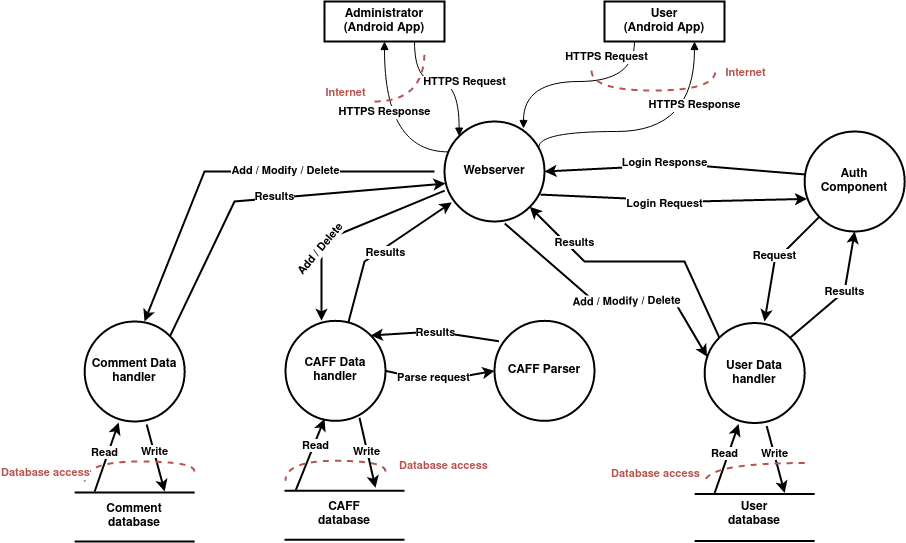
The draw.io diagram Documentation/Data-flow.png in nemkrisz11/Computer-Security-Homework-2021-SHAjt, before a commit. Source tidied: cells renumbered, new cells last; positions are measured from the earlier drawing's top-left corner, leaving out a move shared by most shapes.
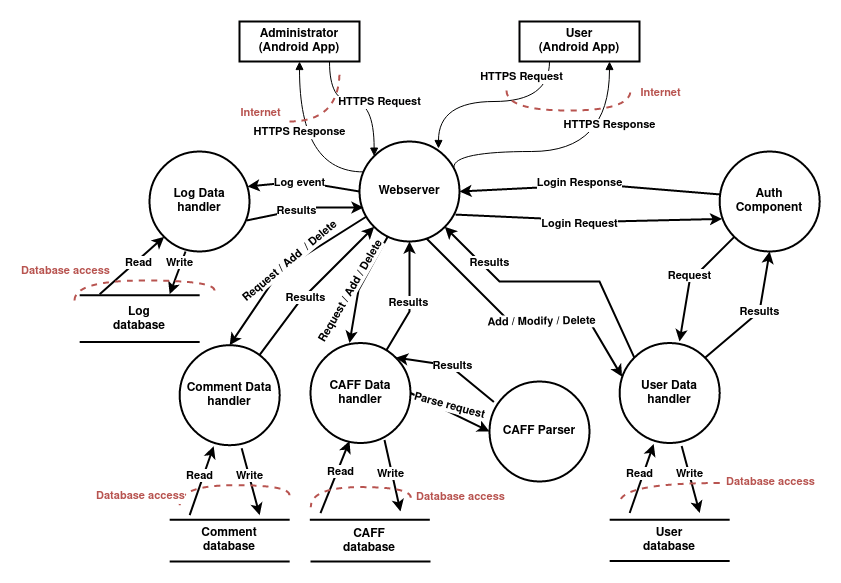
After the change.

Commit message:
Added logging to dataflow diagram

Diff of the diagram source:
```diff
@@ -64,10 +64,10 @@
       <mxGeometry x="630.2" y="321.5" width="100" height="100" as="geometry" />
     </mxCell>
     <mxCell id="15" value="&lt;b&gt;CAFF Data handler&lt;/b&gt;" style="ellipse;whiteSpace=wrap;html=1;strokeWidth=2;" parent="1" vertex="1">
-      <mxGeometry x="211" y="319.3" width="100" height="100" as="geometry" />
+      <mxGeometry x="321" y="321.5" width="100" height="100" as="geometry" />
     </mxCell>
     <mxCell id="16" value="&lt;b&gt;CAFF Parser&lt;br&gt;&lt;/b&gt;" style="ellipse;whiteSpace=wrap;html=1;strokeWidth=2;" parent="1" vertex="1">
-      <mxGeometry x="420" y="319.3" width="100" height="100" as="geometry" />
+      <mxGeometry x="500" y="360" width="100" height="100" as="geometry" />
     </mxCell>
     <mxCell id="17" style="endArrow=classic;html=1;rounded=0;strokeWidth=2;elbow=vertical;exitX=0.96;exitY=0.731;exitDx=0;exitDy=0;exitPerimeter=0;entryX=0.024;entryY=0.674;entryDx=0;entryDy=0;entryPerimeter=0;" parent="1" edge="1" source="2" target="9">
       <mxGeometry relative="1" as="geometry">
@@ -93,10 +93,10 @@
         <mxPoint x="16" y="-6" as="offset" />
       </mxGeometry>
     </mxCell>
-    <mxCell id="21" style="endArrow=classic;html=1;rounded=0;strokeWidth=2;elbow=vertical;entryX=0.073;entryY=0.809;entryDx=0;entryDy=0;entryPerimeter=0;" parent="1" edge="1" source="15" target="2">
+    <mxCell id="21" style="endArrow=classic;html=1;rounded=0;strokeWidth=2;elbow=vertical;entryX=0.5;entryY=1;entryDx=0;entryDy=0;" parent="1" edge="1" source="15" target="2">
       <mxGeometry relative="1" as="geometry">
         <Array as="points">
-          <mxPoint x="290" y="260" />
+          <mxPoint x="420" y="290" />
         </Array>
       </mxGeometry>
     </mxCell>
@@ -105,19 +105,20 @@
         <mxPoint x="-1" y="6" as="offset" />
       </mxGeometry>
     </mxCell>
-    <mxCell id="23" style="endArrow=classic;html=1;rounded=0;strokeWidth=2;elbow=vertical;exitX=0.002;exitY=0.691;exitDx=0;exitDy=0;exitPerimeter=0;entryX=0.36;entryY=0;entryDx=0;entryDy=0;entryPerimeter=0;" parent="1" edge="1" source="2" target="15">
+    <mxCell id="23" style="endArrow=classic;html=1;rounded=0;strokeWidth=2;elbow=vertical;exitX=0.3;exitY=0.97;exitDx=0;exitDy=0;exitPerimeter=0;entryX=0.39;entryY=0;entryDx=0;entryDy=0;entryPerimeter=0;" parent="1" edge="1" target="15">
       <mxGeometry relative="1" as="geometry">
+        <mxPoint x="398" y="215.5" as="sourcePoint" />
         <Array as="points">
-          <mxPoint x="247" y="240" />
+          <mxPoint x="369" y="268.5" />
         </Array>
       </mxGeometry>
     </mxCell>
-    <mxCell id="24" value="&lt;b&gt;Add / Delete&lt;br&gt;&lt;/b&gt;" style="edgeLabel;html=1;align=center;verticalAlign=middle;fontColor=#000000;rotation=-50;" parent="23" vertex="1">
+    <mxCell id="24" value="&lt;b&gt;Request / Add / Delete&lt;br&gt;&lt;/b&gt;" style="edgeLabel;html=1;align=center;verticalAlign=middle;fontColor=#000000;rotation=-60;" parent="23" vertex="1">
       <mxGeometry x="-0.19" y="1" relative="1" as="geometry">
-        <mxPoint x="-45" y="25" as="offset" />
+        <mxPoint x="-16" y="13" as="offset" />
       </mxGeometry>
     </mxCell>
-    <mxCell id="25" style="endArrow=classic;html=1;rounded=0;strokeWidth=2;elbow=vertical;exitX=0.602;exitY=1.021;exitDx=0;exitDy=0;exitPerimeter=0;entryX=0.024;entryY=0.337;entryDx=0;entryDy=0;entryPerimeter=0;" parent="1" edge="1" source="2" target="14">
+    <mxCell id="25" style="endArrow=classic;html=1;rounded=0;strokeWidth=2;elbow=vertical;entryX=0.024;entryY=0.337;entryDx=0;entryDy=0;entryPerimeter=0;exitX=0.67;exitY=0.97;exitDx=0;exitDy=0;exitPerimeter=0;" parent="1" edge="1" source="2" target="14">
       <mxGeometry relative="1" as="geometry">
         <Array as="points">
           <mxPoint x="520" y="300" />
@@ -145,8 +146,8 @@
     </mxCell>
     <mxCell id="29" style="endArrow=none;html=1;rounded=0;strokeWidth=2;elbow=vertical;" parent="1" edge="1">
       <mxGeometry relative="1" as="geometry">
-        <mxPoint x="620.2" y="492.5" as="sourcePoint" />
-        <mxPoint x="740.2" y="492.5" as="targetPoint" />
+        <mxPoint x="620.2" y="498.3" as="sourcePoint" />
+        <mxPoint x="740.2" y="498.3" as="targetPoint" />
       </mxGeometry>
     </mxCell>
     <mxCell id="30" style="endArrow=none;html=1;rounded=0;strokeWidth=2;elbow=vertical;" parent="1" edge="1">
@@ -156,22 +157,22 @@
       </mxGeometry>
     </mxCell>
     <mxCell id="31" value="&lt;b&gt;User database&lt;/b&gt;" style="text;html=1;strokeColor=none;fillColor=none;align=center;verticalAlign=middle;whiteSpace=wrap;rounded=0;" parent="1" vertex="1">
-      <mxGeometry x="650" y="498.3" width="60" height="30" as="geometry" />
+      <mxGeometry x="650.2" y="503.7" width="60" height="30" as="geometry" />
     </mxCell>
     <mxCell id="32" style="endArrow=none;html=1;rounded=0;strokeWidth=2;elbow=vertical;" parent="1" edge="1">
       <mxGeometry relative="1" as="geometry">
-        <mxPoint x="210" y="489.3" as="sourcePoint" />
-        <mxPoint x="330" y="489.3" as="targetPoint" />
+        <mxPoint x="320.3" y="498.3" as="sourcePoint" />
+        <mxPoint x="440.3" y="498.3" as="targetPoint" />
       </mxGeometry>
     </mxCell>
     <mxCell id="33" style="endArrow=none;html=1;rounded=0;strokeWidth=2;elbow=vertical;" parent="1" edge="1">
       <mxGeometry relative="1" as="geometry">
-        <mxPoint x="210" y="538.3" as="sourcePoint" />
-        <mxPoint x="330" y="538.3" as="targetPoint" />
+        <mxPoint x="321" y="540" as="sourcePoint" />
+        <mxPoint x="441" y="540" as="targetPoint" />
       </mxGeometry>
     </mxCell>
     <mxCell id="34" value="&lt;b&gt;CAFF database&lt;/b&gt;" style="text;html=1;strokeColor=none;fillColor=none;align=center;verticalAlign=middle;whiteSpace=wrap;rounded=0;" parent="1" vertex="1">
-      <mxGeometry x="240" y="498.3" width="60" height="30" as="geometry" />
+      <mxGeometry x="350.3" y="504.6" width="60" height="30" as="geometry" />
     </mxCell>
     <mxCell id="35" style="endArrow=classic;html=1;rounded=0;strokeWidth=2;elbow=vertical;entryX=0.34;entryY=1.01;entryDx=0;entryDy=0;entryPerimeter=0;" parent="1" edge="1" target="14">
       <mxGeometry relative="1" as="geometry">
@@ -195,17 +196,17 @@
     </mxCell>
     <mxCell id="39" style="endArrow=classic;html=1;rounded=0;strokeWidth=2;elbow=vertical;entryX=0.39;entryY=0.98;entryDx=0;entryDy=0;entryPerimeter=0;" parent="1" edge="1" target="15">
       <mxGeometry relative="1" as="geometry">
-        <mxPoint x="221" y="489.3" as="sourcePoint" />
+        <mxPoint x="331" y="491.5" as="sourcePoint" />
       </mxGeometry>
     </mxCell>
     <mxCell id="40" value="&lt;div&gt;&lt;b&gt;Read&lt;/b&gt;&lt;/div&gt;" style="edgeLabel;html=1;align=center;verticalAlign=middle;" parent="39" vertex="1">
       <mxGeometry x="0.24" y="3" relative="1" as="geometry">
-        <mxPoint x="4" as="offset" />
+        <mxPoint x="4" y="4" as="offset" />
       </mxGeometry>
     </mxCell>
     <mxCell id="41" value="&lt;b&gt;Write&lt;/b&gt;" style="endArrow=classic;html=1;rounded=0;strokeWidth=2;elbow=vertical;exitX=0.74;exitY=0.97;exitDx=0;exitDy=0;exitPerimeter=0;" parent="1" edge="1" source="15">
       <mxGeometry x="-0.07" y="-2" relative="1" as="geometry">
-        <mxPoint x="301" y="486.3" as="targetPoint" />
+        <mxPoint x="411" y="490" as="targetPoint" />
         <mxPoint x="1" as="offset" />
       </mxGeometry>
     </mxCell>
@@ -220,44 +221,44 @@
     </mxCell>
     <mxCell id="43" value="&lt;b&gt;Database access&lt;br&gt;&lt;/b&gt;" style="edgeLabel;html=1;align=center;verticalAlign=middle;fontColor=#B85450;" parent="42" vertex="1">
       <mxGeometry x="0.02" y="3" relative="1" as="geometry">
-        <mxPoint x="-89" y="7" as="offset" />
+        <mxPoint x="111" y="-5" as="offset" />
       </mxGeometry>
     </mxCell>
     <mxCell id="44" style="endArrow=none;dashed=1;html=1;strokeWidth=2;rounded=0;edgeStyle=orthogonalEdgeStyle;curved=1;elbow=vertical;fillColor=#f8cecc;strokeColor=#b85450;" parent="1" edge="1">
       <mxGeometry relative="1" as="geometry">
-        <mxPoint x="311" y="470" as="sourcePoint" />
-        <mxPoint x="211" y="479.3" as="targetPoint" />
+        <mxPoint x="421.3" y="476.3" as="sourcePoint" />
+        <mxPoint x="321.3" y="485.6" as="targetPoint" />
         <Array as="points">
-          <mxPoint x="211" y="459.3" />
+          <mxPoint x="321.3" y="465.6" />
         </Array>
       </mxGeometry>
     </mxCell>
     <mxCell id="45" value="&lt;b&gt;Database access&lt;br&gt;&lt;/b&gt;" style="edgeLabel;html=1;align=center;verticalAlign=middle;fontColor=#B85450;" parent="44" vertex="1">
       <mxGeometry x="-0.47" y="4" relative="1" as="geometry">
-        <mxPoint x="82" as="offset" />
+        <mxPoint x="73" y="5" as="offset" />
       </mxGeometry>
     </mxCell>
     <mxCell id="46" value="&lt;b&gt;Comment Data handler&lt;/b&gt;" style="ellipse;whiteSpace=wrap;html=1;strokeWidth=2;" parent="1" vertex="1">
-      <mxGeometry x="10.2" y="320" width="100" height="100" as="geometry" />
+      <mxGeometry x="190.2" y="323.7" width="100" height="100" as="geometry" />
     </mxCell>
     <mxCell id="47" style="endArrow=none;html=1;rounded=0;strokeWidth=2;elbow=vertical;" parent="1" edge="1">
       <mxGeometry relative="1" as="geometry">
-        <mxPoint x="0.2" y="491" as="sourcePoint" />
-        <mxPoint x="120.2" y="491" as="targetPoint" />
+        <mxPoint x="180.2" y="498.3" as="sourcePoint" />
+        <mxPoint x="300.2" y="498.3" as="targetPoint" />
       </mxGeometry>
     </mxCell>
     <mxCell id="48" style="endArrow=none;html=1;rounded=0;strokeWidth=2;elbow=vertical;" parent="1" edge="1">
       <mxGeometry relative="1" as="geometry">
-        <mxPoint x="0.2" y="540" as="sourcePoint" />
-        <mxPoint x="120.2" y="540" as="targetPoint" />
+        <mxPoint x="180.2" y="540" as="sourcePoint" />
+        <mxPoint x="300.2" y="540" as="targetPoint" />
       </mxGeometry>
     </mxCell>
     <mxCell id="49" value="&lt;b&gt;Comment database&lt;/b&gt;" style="text;html=1;strokeColor=none;fillColor=none;align=center;verticalAlign=middle;whiteSpace=wrap;rounded=0;" parent="1" vertex="1">
-      <mxGeometry x="30.2" y="500" width="60" height="30" as="geometry" />
+      <mxGeometry x="210.2" y="503.7" width="60" height="30" as="geometry" />
     </mxCell>
     <mxCell id="50" style="endArrow=classic;html=1;rounded=0;strokeWidth=2;elbow=vertical;entryX=0.34;entryY=1.01;entryDx=0;entryDy=0;entryPerimeter=0;" parent="1" edge="1" target="46">
       <mxGeometry relative="1" as="geometry">
-        <mxPoint x="20.2" y="490" as="sourcePoint" />
+        <mxPoint x="200.2" y="493.7" as="sourcePoint" />
       </mxGeometry>
     </mxCell>
     <mxCell id="51" value="&lt;b&gt;Read&lt;/b&gt;" style="edgeLabel;html=1;align=center;verticalAlign=middle;" parent="50" vertex="1">
@@ -267,7 +268,7 @@
     </mxCell>
     <mxCell id="52" style="endArrow=classic;html=1;rounded=0;strokeWidth=2;elbow=vertical;exitX=0.62;exitY=1.03;exitDx=0;exitDy=0;exitPerimeter=0;fontStyle=1;" parent="1" edge="1" source="46">
       <mxGeometry relative="1" as="geometry">
-        <mxPoint x="90.2" y="490" as="targetPoint" />
+        <mxPoint x="270.2" y="493.7" as="targetPoint" />
       </mxGeometry>
     </mxCell>
     <mxCell id="53" value="&lt;div&gt;&lt;b&gt;Write&lt;/b&gt;&lt;/div&gt;" style="edgeLabel;html=1;align=center;verticalAlign=middle;" parent="52" vertex="1">
@@ -277,10 +278,10 @@
     </mxCell>
     <mxCell id="54" style="endArrow=none;dashed=1;html=1;strokeWidth=2;rounded=0;edgeStyle=orthogonalEdgeStyle;curved=1;elbow=vertical;fillColor=#f8cecc;strokeColor=#b85450;" parent="1" edge="1">
       <mxGeometry relative="1" as="geometry">
-        <mxPoint x="120" y="470" as="sourcePoint" />
-        <mxPoint x="10.2" y="480" as="targetPoint" />
+        <mxPoint x="300" y="473.7" as="sourcePoint" />
+        <mxPoint x="190.2" y="483.7" as="targetPoint" />
         <Array as="points">
-          <mxPoint x="10.2" y="460" />
+          <mxPoint x="190.2" y="463.7" />
         </Array>
       </mxGeometry>
     </mxCell>
@@ -289,30 +290,28 @@
         <mxPoint x="-89" y="7" as="offset" />
       </mxGeometry>
     </mxCell>
-    <mxCell id="56" style="endArrow=classic;html=1;rounded=0;strokeWidth=2;elbow=vertical;" parent="1" edge="1">
+    <mxCell id="56" style="endArrow=classic;html=1;rounded=0;strokeWidth=2;elbow=vertical;entryX=0.5;entryY=0;entryDx=0;entryDy=0;exitX=0.07;exitY=0.75;exitDx=0;exitDy=0;exitPerimeter=0;" parent="1" edge="1" source="2" target="46">
       <mxGeometry relative="1" as="geometry">
-        <mxPoint x="360" y="170" as="sourcePoint" />
-        <mxPoint x="70" y="320" as="targetPoint" />
         <Array as="points">
-          <mxPoint x="130" y="170" />
+          <mxPoint x="290" y="250" />
         </Array>
       </mxGeometry>
     </mxCell>
-    <mxCell id="57" value="&lt;b&gt;Add / Modify / Delete&lt;/b&gt;" style="edgeLabel;html=1;align=center;verticalAlign=middle;fontColor=#000000;" parent="56" vertex="1">
+    <mxCell id="57" value="&lt;b&gt;Request / Add&amp;nbsp; / Delete&lt;/b&gt;" style="edgeLabel;html=1;align=center;verticalAlign=middle;fontColor=#000000;rotation=-40;" parent="56" vertex="1">
       <mxGeometry x="0.35" relative="1" as="geometry">
-        <mxPoint x="93" y="-33" as="offset" />
+        <mxPoint x="24" y="-32" as="offset" />
       </mxGeometry>
     </mxCell>
-    <mxCell id="58" style="endArrow=classic;html=1;rounded=0;fontColor=#B85450;strokeWidth=2;elbow=vertical;exitX=1;exitY=0;exitDx=0;exitDy=0;entryX=0.01;entryY=0.62;entryDx=0;entryDy=0;entryPerimeter=0;" parent="1" edge="1" source="46" target="2">
+    <mxCell id="58" style="endArrow=classic;html=1;rounded=0;fontColor=#B85450;strokeWidth=2;elbow=vertical;entryX=0;entryY=1;entryDx=0;entryDy=0;" parent="1" edge="1" source="46" target="2">
       <mxGeometry relative="1" as="geometry">
         <Array as="points">
-          <mxPoint x="160" y="200" />
+          <mxPoint x="310" y="280" />
         </Array>
       </mxGeometry>
     </mxCell>
     <mxCell id="59" value="&lt;b&gt;Results&lt;/b&gt;" style="edgeLabel;html=1;align=center;verticalAlign=middle;fontColor=#000000;" parent="58" vertex="1">
       <mxGeometry x="-0.3" y="-1" relative="1" as="geometry">
-        <mxPoint x="49" y="-27" as="offset" />
+        <mxPoint x="9" y="-11" as="offset" />
       </mxGeometry>
     </mxCell>
     <mxCell id="60" style="endArrow=classic;html=1;rounded=0;fontColor=#000000;strokeWidth=2;elbow=vertical;exitX=1;exitY=0;exitDx=0;exitDy=0;entryX=0.5;entryY=1;entryDx=0;entryDy=0;" parent="1" edge="1" source="14" target="9">
@@ -343,7 +342,7 @@
     <mxCell id="64" style="endArrow=classic;html=1;rounded=0;fontColor=#000000;strokeWidth=2;elbow=vertical;entryX=1;entryY=0;entryDx=0;entryDy=0;exitX=0.044;exitY=0.204;exitDx=0;exitDy=0;exitPerimeter=0;" parent="1" edge="1" source="16" target="15">
       <mxGeometry relative="1" as="geometry">
         <Array as="points">
-          <mxPoint x="360" y="330" />
+          <mxPoint x="460" y="344" />
         </Array>
       </mxGeometry>
     </mxCell>
@@ -353,16 +352,89 @@
       </mxGeometry>
     </mxCell>
     <mxCell id="66" style="endArrow=classic;html=1;rounded=0;fontColor=#000000;strokeWidth=2;elbow=vertical;exitX=1;exitY=0.5;exitDx=0;exitDy=0;entryX=0;entryY=0.5;entryDx=0;entryDy=0;" parent="1" edge="1" source="15" target="16">
-      <mxGeometry relative="1" as="geometry">
-        <Array as="points">
-          <mxPoint x="360" y="380" />
-        </Array>
-      </mxGeometry>
+      <mxGeometry relative="1" as="geometry" />
     </mxCell>
-    <mxCell id="67" value="&lt;b&gt;Parse request&lt;br&gt;&lt;/b&gt;" style="edgeLabel;html=1;align=center;verticalAlign=middle;fontColor=#000000;" parent="66" vertex="1">
+    <mxCell id="67" value="&lt;b&gt;Parse request&lt;br&gt;&lt;/b&gt;" style="edgeLabel;html=1;align=center;verticalAlign=middle;fontColor=#000000;rotation=15;" parent="66" vertex="1">
       <mxGeometry x="-0.3" y="3" relative="1" as="geometry">
         <mxPoint x="9" y="1" as="offset" />
       </mxGeometry>
     </mxCell>
+    <mxCell id="68" value="&lt;div&gt;&lt;b&gt;Log Data&lt;/b&gt;&lt;/div&gt;&lt;div&gt;&lt;b&gt; handler&lt;/b&gt;&lt;/div&gt;" style="ellipse;whiteSpace=wrap;html=1;strokeWidth=2;" parent="1" vertex="1">
+      <mxGeometry x="160" y="130" width="100" height="100" as="geometry" />
+    </mxCell>
+    <mxCell id="69" style="endArrow=none;html=1;rounded=0;strokeWidth=2;elbow=vertical;" parent="1" edge="1">
+      <mxGeometry relative="1" as="geometry">
+        <mxPoint x="90.2" y="273.7" as="sourcePoint" />
+        <mxPoint x="210.2" y="273.7" as="targetPoint" />
+      </mxGeometry>
+    </mxCell>
+    <mxCell id="70" style="endArrow=none;html=1;rounded=0;strokeWidth=2;elbow=vertical;" parent="1" edge="1">
+      <mxGeometry relative="1" as="geometry">
+        <mxPoint x="90.2" y="320.5" as="sourcePoint" />
+        <mxPoint x="210.2" y="320.5" as="targetPoint" />
+      </mxGeometry>
+    </mxCell>
+    <mxCell id="71" value="&lt;b&gt;Log database&lt;/b&gt;" style="text;html=1;strokeColor=none;fillColor=none;align=center;verticalAlign=middle;whiteSpace=wrap;rounded=0;" parent="1" vertex="1">
+      <mxGeometry x="120.2" y="282.7" width="60" height="30" as="geometry" />
+    </mxCell>
+    <mxCell id="72" style="endArrow=classic;html=1;rounded=0;strokeWidth=2;elbow=vertical;entryX=0;entryY=1;entryDx=0;entryDy=0;" parent="1" edge="1" target="68">
+      <mxGeometry relative="1" as="geometry">
+        <mxPoint x="110.2" y="272.7" as="sourcePoint" />
+      </mxGeometry>
+    </mxCell>
+    <mxCell id="73" value="&lt;b&gt;Read&lt;/b&gt;" style="edgeLabel;html=1;align=center;verticalAlign=middle;" parent="72" vertex="1">
+      <mxGeometry x="0.4" y="-1" relative="1" as="geometry">
+        <mxPoint x="-8" y="8" as="offset" />
+      </mxGeometry>
+    </mxCell>
+    <mxCell id="74" style="endArrow=classic;html=1;rounded=0;strokeWidth=2;elbow=vertical;exitX=0.36;exitY=1;exitDx=0;exitDy=0;exitPerimeter=0;fontStyle=1;" parent="1" edge="1" source="68">
+      <mxGeometry relative="1" as="geometry">
+        <mxPoint x="180.2" y="272.7" as="targetPoint" />
+      </mxGeometry>
+    </mxCell>
+    <mxCell id="75" value="&lt;div&gt;&lt;b&gt;Write&lt;/b&gt;&lt;/div&gt;" style="edgeLabel;html=1;align=center;verticalAlign=middle;" parent="74" vertex="1">
+      <mxGeometry x="-0.61" relative="1" as="geometry">
+        <mxPoint x="-3" y="2" as="offset" />
+      </mxGeometry>
+    </mxCell>
+    <mxCell id="76" style="endArrow=none;dashed=1;html=1;strokeWidth=2;rounded=0;edgeStyle=orthogonalEdgeStyle;curved=1;elbow=vertical;fillColor=#f8cecc;strokeColor=#b85450;" parent="1" edge="1">
+      <mxGeometry relative="1" as="geometry">
+        <mxPoint x="225" y="269" as="sourcePoint" />
+        <mxPoint x="85" y="279" as="targetPoint" />
+        <Array as="points">
+          <mxPoint x="225" y="259" />
+          <mxPoint x="85" y="259" />
+        </Array>
+      </mxGeometry>
+    </mxCell>
+    <mxCell id="77" value="&lt;b&gt;Database access&lt;br&gt;&lt;/b&gt;" style="edgeLabel;html=1;align=center;verticalAlign=middle;fontColor=#B85450;" parent="76" vertex="1">
+      <mxGeometry x="0.02" y="3" relative="1" as="geometry">
+        <mxPoint x="-74" y="-14" as="offset" />
+      </mxGeometry>
+    </mxCell>
+    <mxCell id="78" style="endArrow=classic;html=1;rounded=0;strokeWidth=2;elbow=vertical;entryX=0.98;entryY=0.35;entryDx=0;entryDy=0;exitX=0;exitY=0.5;exitDx=0;exitDy=0;entryPerimeter=0;" parent="1" edge="1" source="2" target="68">
+      <mxGeometry relative="1" as="geometry">
+        <Array as="points">
+          <mxPoint x="310" y="160" />
+        </Array>
+      </mxGeometry>
+    </mxCell>
+    <mxCell id="79" value="&lt;b&gt;Log event&lt;br&gt;&lt;/b&gt;" style="edgeLabel;html=1;align=center;verticalAlign=middle;fontColor=#000000;rotation=0;" parent="78" vertex="1">
+      <mxGeometry x="0.35" relative="1" as="geometry">
+        <mxPoint x="15" y="-1" as="offset" />
+      </mxGeometry>
+    </mxCell>
+    <mxCell id="80" style="endArrow=classic;html=1;rounded=0;strokeWidth=2;elbow=vertical;entryX=0.04;entryY=0.66;entryDx=0;entryDy=0;exitX=0.97;exitY=0.69;exitDx=0;exitDy=0;entryPerimeter=0;exitPerimeter=0;" parent="1" edge="1" source="68" target="2">
+      <mxGeometry relative="1" as="geometry">
+        <Array as="points">
+          <mxPoint x="320" y="186" />
+        </Array>
+      </mxGeometry>
+    </mxCell>
+    <mxCell id="81" value="&lt;b&gt;Results&lt;/b&gt;" style="edgeLabel;html=1;align=center;verticalAlign=middle;fontColor=#000000;rotation=0;" parent="80" vertex="1">
+      <mxGeometry x="0.35" relative="1" as="geometry">
+        <mxPoint x="-29" y="2" as="offset" />
+      </mxGeometry>
+    </mxCell>
   </root>
 </mxGraphModel>
```
